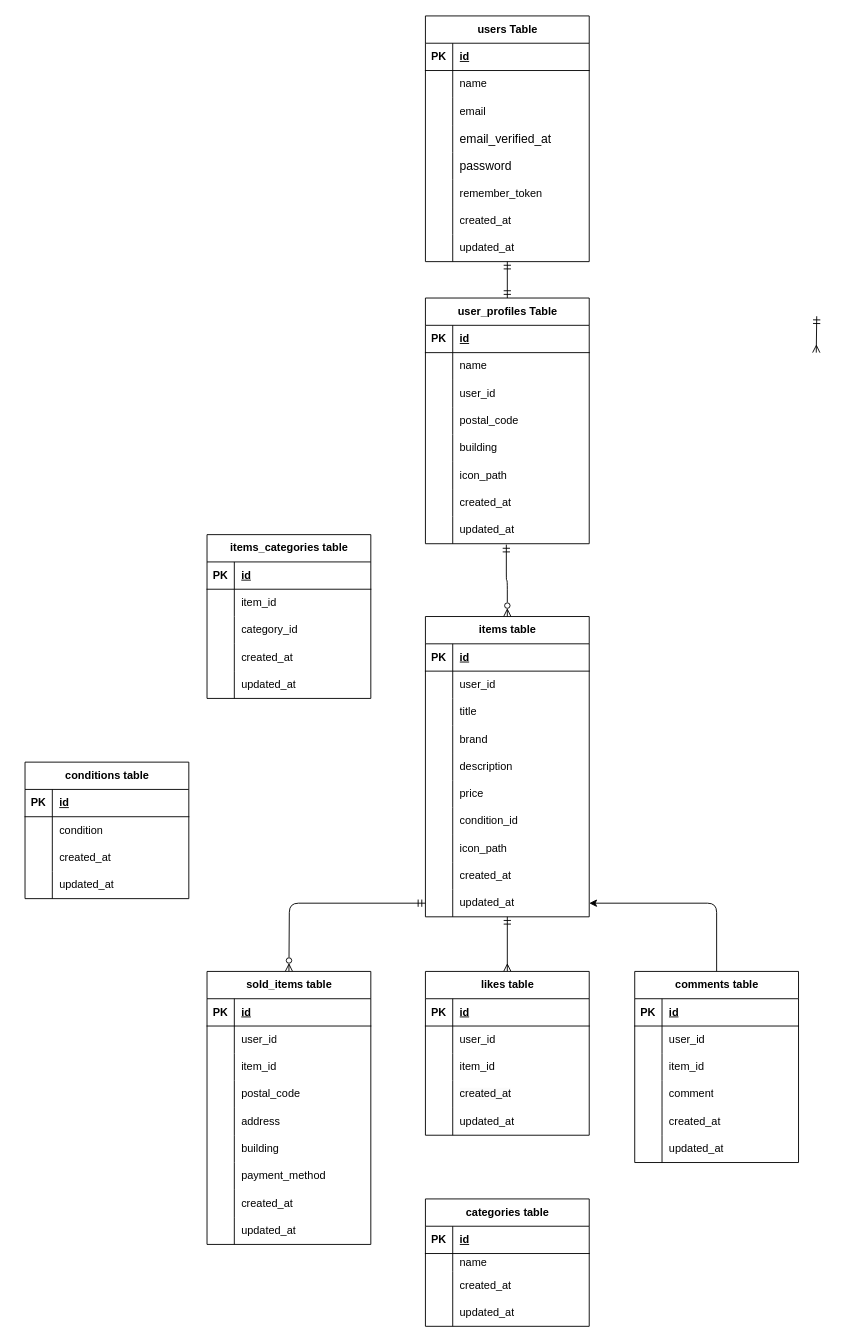
This is erd.drawio from ayanedayo/coachtech_fleamarket, a draw.io file, before an edit. Source tidied: cells renumbered, new cells numbered last; positions are measured from the earlier drawing's top-left corner, leaving out a move shared by most shapes. Both pictures are drawn from the tidied source at 91%, with x=0, y=0 at pixel (25, 15).
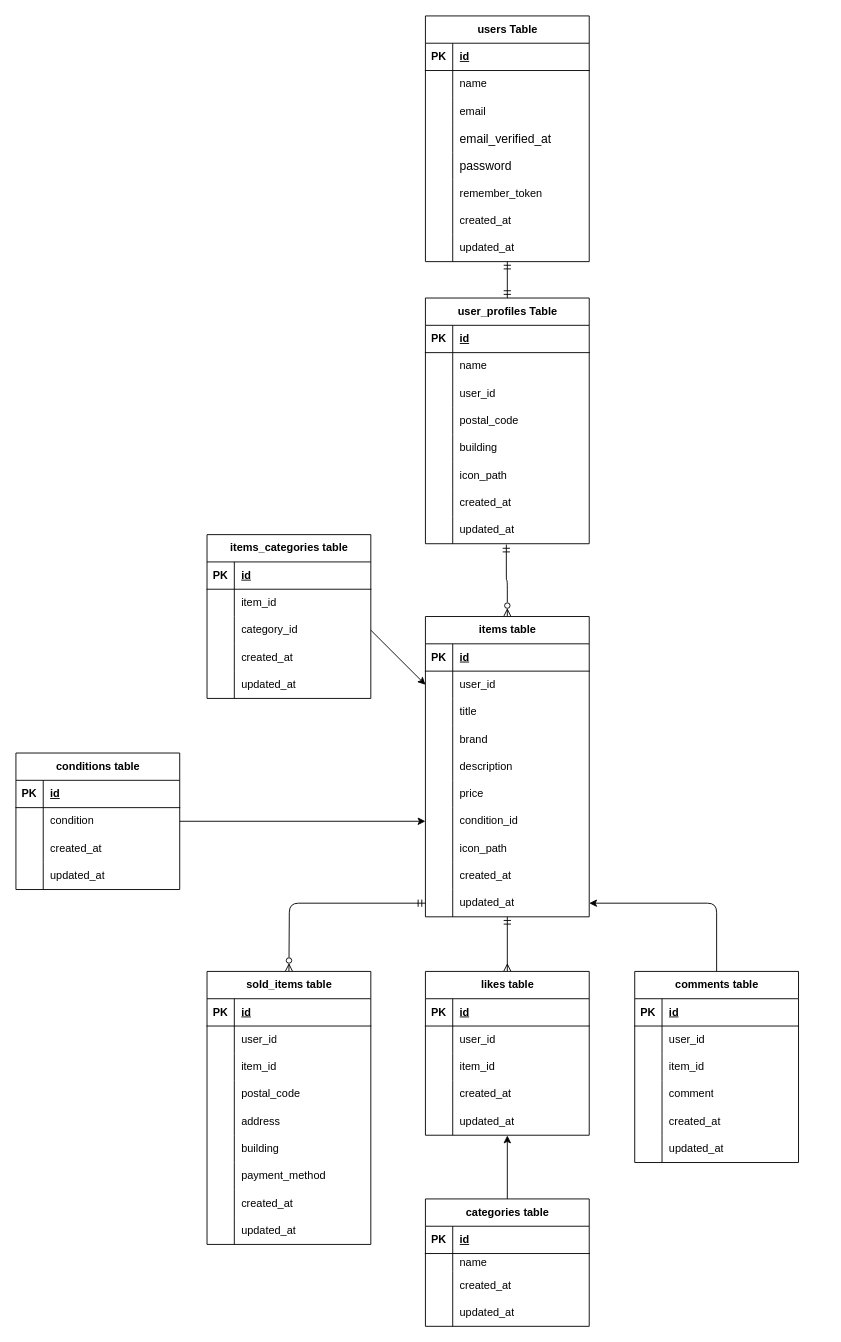
After the change.

Commit message (it also covers changes not shown here):
ER図の画像を追加

Unchanged cells that the change refers to:
```xml
<mxCell id="56" style="shape=tableRow;horizontal=0;startSize=0;swimlaneHead=0;swimlaneBody=0;fillColor=none;points=[[0,0.5],[1,0.5]];portConstraint=eastwest;top=0;left=0;right=0;bottom=0;" parent="52" vertex="1">
  <mxGeometry y="60" width="180" height="30" as="geometry" />
</mxCell>
<mxCell id="71" style="shape=tableRow;horizontal=0;startSize=0;swimlaneHead=0;swimlaneBody=0;fillColor=none;points=[[0,0.5],[1,0.5]];portConstraint=eastwest;top=0;left=0;right=0;bottom=0;" parent="52" vertex="1">
  <mxGeometry y="210" width="180" height="30" as="geometry" />
</mxCell>
<mxCell id="90" style="shape=tableRow;horizontal=0;startSize=0;swimlaneHead=0;swimlaneBody=0;fillColor=none;points=[[0,0.5],[1,0.5]];portConstraint=eastwest;top=0;left=0;right=0;bottom=0;" parent="83" vertex="1">
  <mxGeometry y="90" width="180" height="30" as="geometry" />
</mxCell>
<mxCell id="128" value="categories table" style="shape=table;startSize=30;childLayout=tableLayout;rowLines=0;fontStyle=1;align=center;html=1;" parent="1" vertex="1">
  <mxGeometry x="440" y="1300" width="180" height="140" as="geometry" />
</mxCell>
<mxCell id="155" style="shape=tableRow;horizontal=0;startSize=0;swimlaneHead=0;swimlaneBody=0;fillColor=none;points=[[0,0.5],[1,0.5]];portConstraint=eastwest;top=0;left=0;right=0;bottom=0;" parent="142" vertex="1">
  <mxGeometry y="150" width="180" height="30" as="geometry" />
</mxCell>
<mxCell id="182" style="shape=tableRow;horizontal=0;startSize=0;swimlaneHead=0;swimlaneBody=0;fillColor=none;points=[[0,0.5],[1,0.5]];portConstraint=eastwest;top=0;left=0;right=0;bottom=0;" parent="178" vertex="1">
  <mxGeometry y="60" width="180" height="30" as="geometry" />
</mxCell>
```

The edit, as a diff of the source:
```diff
@@
     <mxCell id="178" value="conditions table" style="shape=table;startSize=30;childLayout=tableLayout;rowLines=0;fontStyle=1;align=center;html=1;" parent="1" vertex="1">
-      <mxGeometry y="820" width="180" height="150" as="geometry" />
+      <mxGeometry x="-10" y="810" width="180" height="150" as="geometry" />
     </mxCell>
@@
-    <mxCell id="192" style="edgeStyle=none;html=1;endArrow=ERmandOne;endFill=0;startArrow=ERmany;startFill=0;" parent="1" edge="1">
-      <mxGeometry relative="1" as="geometry">
-        <mxPoint x="869.5" y="370" as="sourcePoint" />
-        <mxPoint x="870" y="330" as="targetPoint" />
-      </mxGeometry>
-    </mxCell>
@@
+    <mxCell id="194" style="edgeStyle=none;html=1;exitX=1;exitY=0.5;exitDx=0;exitDy=0;entryX=0;entryY=0.5;entryDx=0;entryDy=0;" parent="1" edge="1" source="90" target="56">
+      <mxGeometry relative="1" as="geometry" />
+    </mxCell>
+    <mxCell id="195" style="edgeStyle=none;html=1;exitX=0.5;exitY=0;exitDx=0;exitDy=0;entryX=0.5;entryY=1.01;entryDx=0;entryDy=0;entryPerimeter=0;" parent="1" edge="1" source="128" target="155">
+      <mxGeometry relative="1" as="geometry" />
+    </mxCell>
+    <mxCell id="196" style="edgeStyle=none;html=1;exitX=1;exitY=0.5;exitDx=0;exitDy=0;entryX=0;entryY=0.5;entryDx=0;entryDy=0;" parent="1" edge="1" source="182" target="71">
+      <mxGeometry relative="1" as="geometry" />
+    </mxCell>
```
